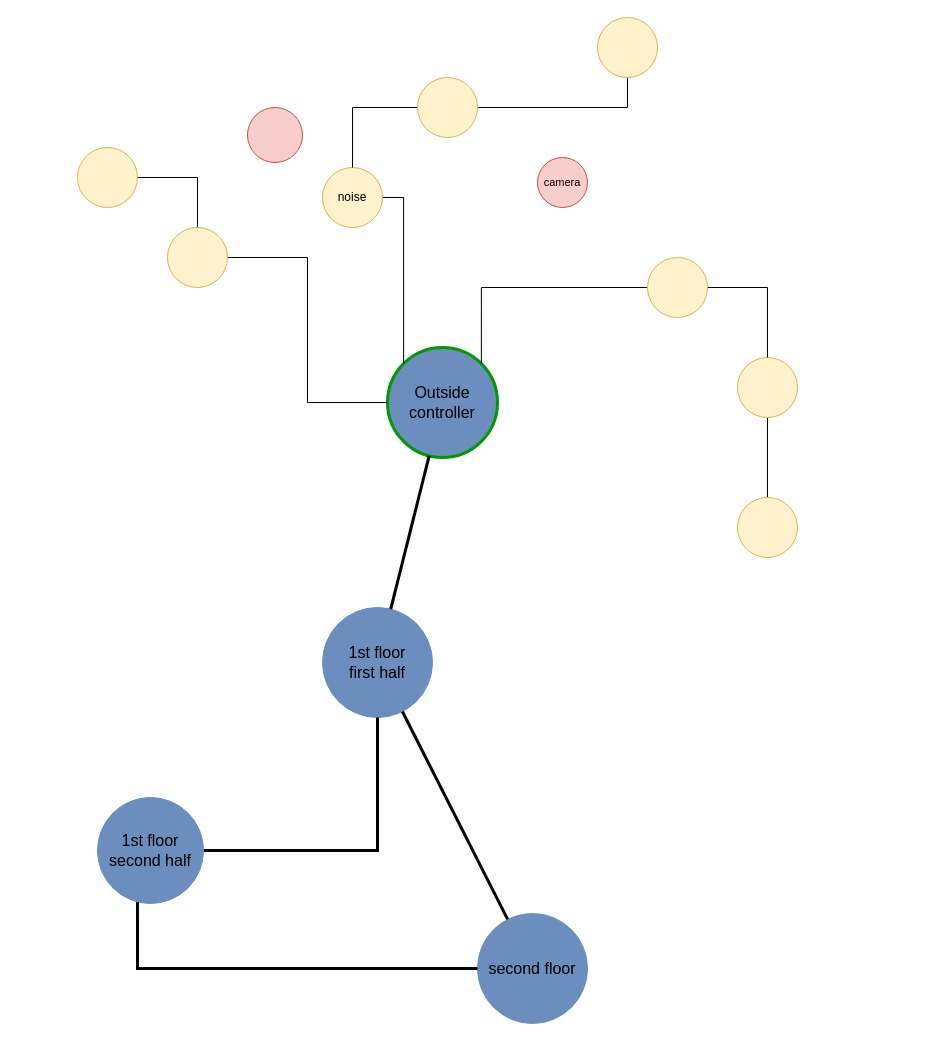
Earlier version of the draw.io diagram Untitled Diagram.drawio (bodikqq/CheckMateQQ). Source tidied: cells renumbered, new cells numbered last; positions are measured from the earlier drawing's top-left corner, leaving out a move shared by most shapes. Both pictures are drawn from the tidied source at 100%, with x=0, y=0 at pixel (77, 17).
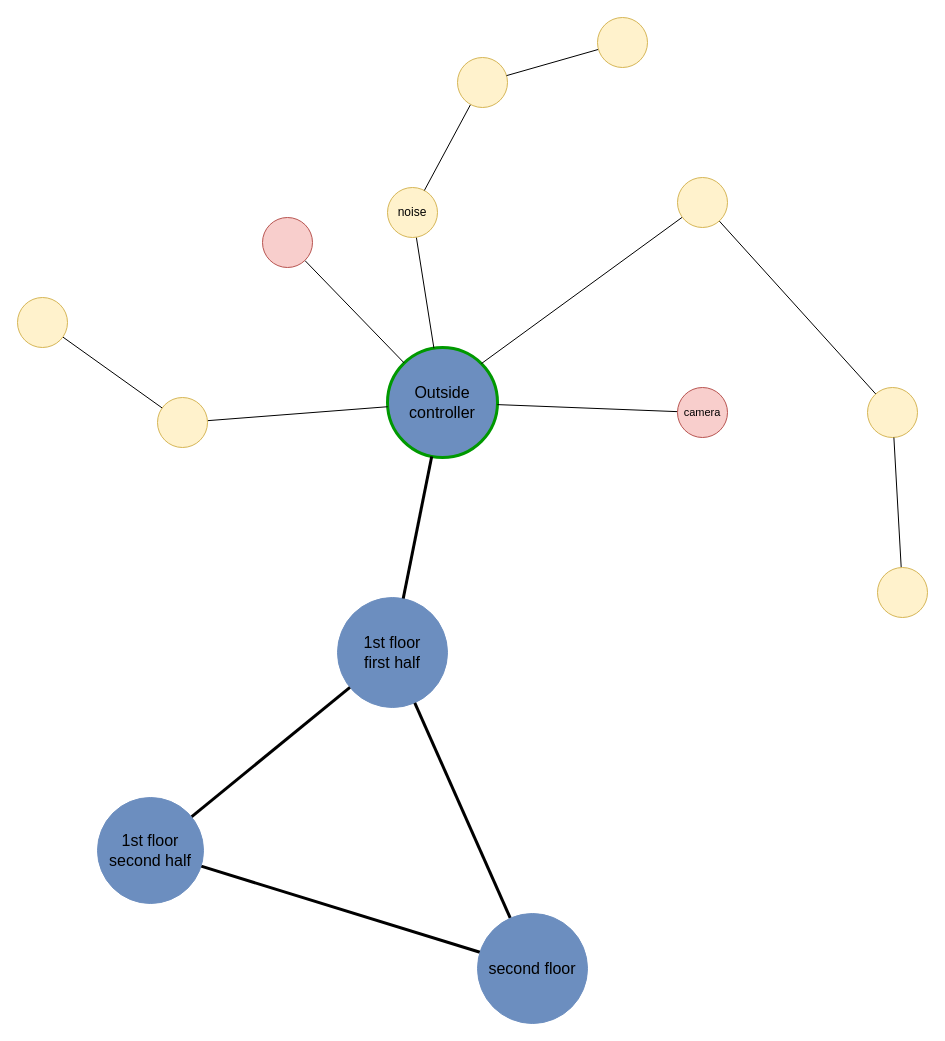
After the change.

The change refers to these unchanged cells:
```xml
<mxCell id="2" value="Outside controller" style="ellipse;whiteSpace=wrap;html=1;fillColor=#6C8EBF;strokeColor=#009900;gradientColor=none;fontSize=16;strokeWidth=3;" parent="1" vertex="1">
  <mxGeometry x="310" y="330" width="110" height="110" as="geometry" />
</mxCell>
<mxCell id="4" value="&lt;font style=&quot;font-size: 16px;&quot;&gt;second floor&lt;/font&gt;" style="ellipse;whiteSpace=wrap;html=1;fillColor=#6C8EBF;strokeColor=#6C8EBF;gradientColor=none;" parent="1" vertex="1">
  <mxGeometry x="400" y="896" width="110" height="110" as="geometry" />
</mxCell>
<mxCell id="7" value="&lt;span style=&quot;font-size: 16px;&quot;&gt;1st floor&lt;/span&gt;&lt;br style=&quot;font-size: 16px;&quot;&gt;&lt;span style=&quot;font-size: 16px;&quot;&gt;second half&lt;/span&gt;" style="ellipse;whiteSpace=wrap;html=1;fillColor=#6C8EBF;strokeColor=#6C8EBF;gradientColor=none;" parent="1" vertex="1">
  <mxGeometry x="20" y="780" width="106" height="106" as="geometry" />
</mxCell>
```

The edit, as a diff of the source:
```diff
@@
     <mxCell id="3" value="1st floor&lt;br&gt;first half" style="ellipse;whiteSpace=wrap;html=1;fillColor=#6C8EBF;strokeColor=#6C8EBF;gradientColor=none;spacing=2;fontSize=16;" parent="1" vertex="1">
-      <mxGeometry x="245" y="590" width="110" height="110" as="geometry" />
+      <mxGeometry x="260" y="580" width="110" height="110" as="geometry" />
     </mxCell>
+    <mxCell id="28" style="edgeStyle=none;shape=connector;rounded=0;jettySize=auto;html=1;strokeColor=default;align=center;verticalAlign=middle;fontFamily=Helvetica;fontSize=11;fontColor=default;labelBackgroundColor=default;startFill=0;endArrow=none;strokeWidth=3;" parent="1" edge="1" source="4" target="3">
+      <mxGeometry relative="1" as="geometry" />
+    </mxCell>
+    <mxCell id="29" style="edgeStyle=none;shape=connector;rounded=0;jettySize=auto;html=1;strokeColor=default;align=center;verticalAlign=middle;fontFamily=Helvetica;fontSize=11;fontColor=default;labelBackgroundColor=default;startFill=0;endArrow=none;strokeWidth=3;" parent="1" edge="1" source="4" target="7">
+      <mxGeometry relative="1" as="geometry" />
+    </mxCell>
@@
-    <mxCell id="5" style="edgeStyle=orthogonalEdgeStyle;rounded=0;jettySize=auto;html=1;endArrow=none;startFill=0;strokeWidth=3;" parent="1" edge="1" source="7" target="4">
-      <mxGeometry relative="1" as="geometry">
-        <Array as="points">
-          <mxPoint x="60" y="951" />
-        </Array>
-      </mxGeometry>
-    </mxCell>
-    <mxCell id="6" style="edgeStyle=orthogonalEdgeStyle;rounded=0;jettySize=auto;html=1;endArrow=none;startFill=0;strokeWidth=3;" parent="1" edge="1" source="7" target="3">
+    <mxCell id="6" style="edgeStyle=none;shape=connector;rounded=0;jettySize=auto;html=1;strokeColor=default;align=center;verticalAlign=middle;fontFamily=Helvetica;fontSize=11;fontColor=default;labelBackgroundColor=default;startFill=0;endArrow=none;strokeWidth=3;" parent="1" edge="1" source="7" target="3">
       <mxGeometry relative="1" as="geometry" />
     </mxCell>
@@
-    <mxCell id="8" style="edgeStyle=orthogonalEdgeStyle;shape=connector;rounded=0;jettySize=auto;html=1;exitX=0.5;exitY=1;exitDx=0;exitDy=0;entryX=0.5;entryY=0;entryDx=0;entryDy=0;strokeColor=default;align=center;verticalAlign=middle;fontFamily=Helvetica;fontSize=11;fontColor=default;labelBackgroundColor=default;startFill=0;endArrow=none;" parent="1" edge="1" source="9" target="19">
-      <mxGeometry relative="1" as="geometry" />
-    </mxCell>
     <mxCell id="9" style="ellipse;whiteSpace=wrap;html=1;fillColor=#fff2cc;strokeColor=#d6b656;" parent="1" vertex="1">
-      <mxGeometry x="660" y="340" width="60" height="60" as="geometry" />
+      <mxGeometry x="790" y="370" width="50" height="50" as="geometry" />
     </mxCell>
-    <mxCell id="10" style="edgeStyle=orthogonalEdgeStyle;shape=connector;rounded=0;jettySize=auto;html=1;entryX=0;entryY=0;entryDx=0;entryDy=0;strokeColor=default;align=center;verticalAlign=middle;fontFamily=Helvetica;fontSize=11;fontColor=default;labelBackgroundColor=default;startFill=0;endArrow=none;" parent="1" edge="1" source="11" target="2">
+    <mxCell id="10" style="edgeStyle=none;shape=connector;rounded=0;jettySize=auto;html=1;strokeColor=default;align=center;verticalAlign=middle;fontFamily=Helvetica;fontSize=11;fontColor=default;labelBackgroundColor=default;startFill=0;endArrow=none;" parent="1" edge="1" source="11" target="2">
       <mxGeometry relative="1" as="geometry" />
     </mxCell>
     <mxCell id="11" value="noise" style="ellipse;whiteSpace=wrap;html=1;fillColor=#FFF2CC;strokeColor=#d6b656;" parent="1" vertex="1">
-      <mxGeometry x="245" y="150" width="60" height="60" as="geometry" />
+      <mxGeometry x="310" y="170" width="50" height="50" as="geometry" />
     </mxCell>
-    <mxCell id="12" style="edgeStyle=orthogonalEdgeStyle;shape=connector;rounded=0;jettySize=auto;html=1;strokeColor=default;align=center;verticalAlign=middle;fontFamily=Helvetica;fontSize=11;fontColor=default;labelBackgroundColor=default;startFill=0;endArrow=none;" parent="1" edge="1" source="14" target="9">
+    <mxCell id="12" style="shape=connector;rounded=0;jettySize=auto;html=1;strokeColor=default;align=center;verticalAlign=middle;fontFamily=Helvetica;fontSize=11;fontColor=default;labelBackgroundColor=default;startFill=0;endArrow=none;" parent="1" edge="1" source="14" target="9">
       <mxGeometry relative="1" as="geometry" />
     </mxCell>
-    <mxCell id="13" style="edgeStyle=orthogonalEdgeStyle;shape=connector;rounded=0;jettySize=auto;html=1;entryX=1;entryY=0;entryDx=0;entryDy=0;strokeColor=default;align=center;verticalAlign=middle;fontFamily=Helvetica;fontSize=11;fontColor=default;labelBackgroundColor=default;startFill=0;endArrow=none;" parent="1" edge="1" source="14" target="2">
+    <mxCell id="13" style="shape=connector;rounded=0;jettySize=auto;html=1;entryX=1;entryY=0;entryDx=0;entryDy=0;strokeColor=default;align=center;verticalAlign=middle;fontFamily=Helvetica;fontSize=11;fontColor=default;labelBackgroundColor=default;startFill=0;endArrow=none;" parent="1" edge="1" source="14" target="2">
       <mxGeometry relative="1" as="geometry" />
     </mxCell>
     <mxCell id="14" style="ellipse;whiteSpace=wrap;html=1;fillColor=#fff2cc;strokeColor=#d6b656;" parent="1" vertex="1">
-      <mxGeometry x="570" y="240" width="60" height="60" as="geometry" />
+      <mxGeometry x="600" y="160" width="50" height="50" as="geometry" />
     </mxCell>
-    <mxCell id="15" style="edgeStyle=orthogonalEdgeStyle;shape=connector;rounded=0;jettySize=auto;html=1;entryX=0.5;entryY=1;entryDx=0;entryDy=0;strokeColor=default;align=center;verticalAlign=middle;fontFamily=Helvetica;fontSize=11;fontColor=default;labelBackgroundColor=default;startFill=0;endArrow=none;" parent="1" edge="1" source="17" target="18">
-      <mxGeometry relative="1" as="geometry" />
-    </mxCell>
-    <mxCell id="16" style="edgeStyle=orthogonalEdgeStyle;shape=connector;rounded=0;jettySize=auto;html=1;entryX=0.5;entryY=0;entryDx=0;entryDy=0;strokeColor=default;align=center;verticalAlign=middle;fontFamily=Helvetica;fontSize=11;fontColor=default;labelBackgroundColor=default;startFill=0;endArrow=none;" parent="1" edge="1" source="17" target="11">
+    <mxCell id="16" style="edgeStyle=none;shape=connector;rounded=0;jettySize=auto;html=1;strokeColor=default;align=center;verticalAlign=middle;fontFamily=Helvetica;fontSize=11;fontColor=default;labelBackgroundColor=default;startFill=0;endArrow=none;" parent="1" edge="1" source="17" target="11">
       <mxGeometry relative="1" as="geometry" />
     </mxCell>
     <mxCell id="17" style="ellipse;whiteSpace=wrap;html=1;fillColor=#fff2cc;strokeColor=#d6b656;" parent="1" vertex="1">
-      <mxGeometry x="340" y="60" width="60" height="60" as="geometry" />
+      <mxGeometry x="380" y="40" width="50" height="50" as="geometry" />
     </mxCell>
+    <mxCell id="30" style="edgeStyle=none;shape=connector;rounded=0;jettySize=auto;html=1;strokeColor=default;align=center;verticalAlign=middle;fontFamily=Helvetica;fontSize=11;fontColor=default;labelBackgroundColor=default;startFill=0;endArrow=none;" parent="1" edge="1" source="18" target="17">
+      <mxGeometry relative="1" as="geometry" />
+    </mxCell>
     <mxCell id="18" style="ellipse;whiteSpace=wrap;html=1;fillColor=#fff2cc;strokeColor=#d6b656;" parent="1" vertex="1">
-      <mxGeometry x="520" width="60" height="60" as="geometry" />
+      <mxGeometry x="520" width="50" height="50" as="geometry" />
     </mxCell>
+    <mxCell id="31" style="edgeStyle=none;shape=connector;rounded=0;jettySize=auto;html=1;strokeColor=default;align=center;verticalAlign=middle;fontFamily=Helvetica;fontSize=11;fontColor=default;labelBackgroundColor=default;startFill=0;endArrow=none;" parent="1" edge="1" source="19" target="9">
+      <mxGeometry relative="1" as="geometry" />
+    </mxCell>
     <mxCell id="19" style="ellipse;whiteSpace=wrap;html=1;fillColor=#fff2cc;strokeColor=#d6b656;" parent="1" vertex="1">
-      <mxGeometry x="660" y="480" width="60" height="60" as="geometry" />
+      <mxGeometry x="800" y="550" width="50" height="50" as="geometry" />
     </mxCell>
@@
-    <mxCell id="21" style="endArrow=none;html=1;rounded=0;strokeWidth=3;" parent="1" edge="1" source="3" target="4">
-      <mxGeometry relative="1" as="geometry" />
-    </mxCell>
-    <mxCell id="22" style="edgeStyle=orthogonalEdgeStyle;shape=connector;rounded=0;jettySize=auto;html=1;entryX=0;entryY=0.5;entryDx=0;entryDy=0;strokeColor=default;align=center;verticalAlign=middle;fontFamily=Helvetica;fontSize=11;fontColor=default;labelBackgroundColor=default;startFill=0;endArrow=none;" parent="1" edge="1" source="24" target="2">
+    <mxCell id="22" style="edgeStyle=none;shape=connector;rounded=0;jettySize=auto;html=1;strokeColor=default;align=center;verticalAlign=middle;fontFamily=Helvetica;fontSize=11;fontColor=default;labelBackgroundColor=default;startFill=0;endArrow=none;" parent="1" edge="1" source="24" target="2">
       <mxGeometry relative="1" as="geometry" />
     </mxCell>
-    <mxCell id="23" style="edgeStyle=orthogonalEdgeStyle;shape=connector;rounded=0;jettySize=auto;html=1;exitX=0.5;exitY=0;exitDx=0;exitDy=0;entryX=1;entryY=0.5;entryDx=0;entryDy=0;strokeColor=default;align=center;verticalAlign=middle;fontFamily=Helvetica;fontSize=11;fontColor=default;labelBackgroundColor=default;startFill=0;endArrow=none;" parent="1" edge="1" source="24" target="25">
-      <mxGeometry relative="1" as="geometry" />
-    </mxCell>
     <mxCell id="24" style="ellipse;whiteSpace=wrap;html=1;fontFamily=Helvetica;fontSize=11;labelBackgroundColor=default;fillColor=#fff2cc;strokeColor=#d6b656;" parent="1" vertex="1">
-      <mxGeometry x="90" y="210" width="60" height="60" as="geometry" />
+      <mxGeometry x="80" y="380" width="50" height="50" as="geometry" />
     </mxCell>
+    <mxCell id="32" style="edgeStyle=none;shape=connector;rounded=0;jettySize=auto;html=1;strokeColor=default;align=center;verticalAlign=middle;fontFamily=Helvetica;fontSize=11;fontColor=default;labelBackgroundColor=default;startFill=0;endArrow=none;" parent="1" edge="1" source="25" target="24">
+      <mxGeometry relative="1" as="geometry" />
+    </mxCell>
     <mxCell id="25" style="ellipse;whiteSpace=wrap;html=1;fontFamily=Helvetica;fontSize=11;labelBackgroundColor=default;fillColor=#fff2cc;strokeColor=#d6b656;" parent="1" vertex="1">
-      <mxGeometry y="130" width="60" height="60" as="geometry" />
+      <mxGeometry x="-60" y="280" width="50" height="50" as="geometry" />
     </mxCell>
+    <mxCell id="33" style="edgeStyle=none;shape=connector;rounded=0;jettySize=auto;html=1;strokeColor=default;align=center;verticalAlign=middle;fontFamily=Helvetica;fontSize=11;fontColor=default;labelBackgroundColor=default;startFill=0;endArrow=none;" parent="1" edge="1" source="26" target="2">
+      <mxGeometry relative="1" as="geometry" />
+    </mxCell>
     <mxCell id="26" value="camera" style="ellipse;whiteSpace=wrap;html=1;fontFamily=Helvetica;fontSize=11;labelBackgroundColor=none;fillColor=#f8cecc;strokeColor=#b85450;" parent="1" vertex="1">
-      <mxGeometry x="460" y="140" width="50" height="50" as="geometry" />
+      <mxGeometry x="600" y="370" width="50" height="50" as="geometry" />
     </mxCell>
+    <mxCell id="34" style="edgeStyle=none;shape=connector;rounded=0;jettySize=auto;html=1;strokeColor=default;align=center;verticalAlign=middle;fontFamily=Helvetica;fontSize=11;fontColor=default;labelBackgroundColor=default;startFill=0;endArrow=none;" parent="1" edge="1" source="27" target="2">
+      <mxGeometry relative="1" as="geometry" />
+    </mxCell>
     <mxCell id="27" style="ellipse;whiteSpace=wrap;html=1;fontFamily=Helvetica;fontSize=11;labelBackgroundColor=default;fillColor=#f8cecc;strokeColor=#b85450;" parent="1" vertex="1">
-      <mxGeometry x="170" y="90" width="55" height="55" as="geometry" />
+      <mxGeometry x="185" y="200" width="50" height="50" as="geometry" />
     </mxCell>
```
